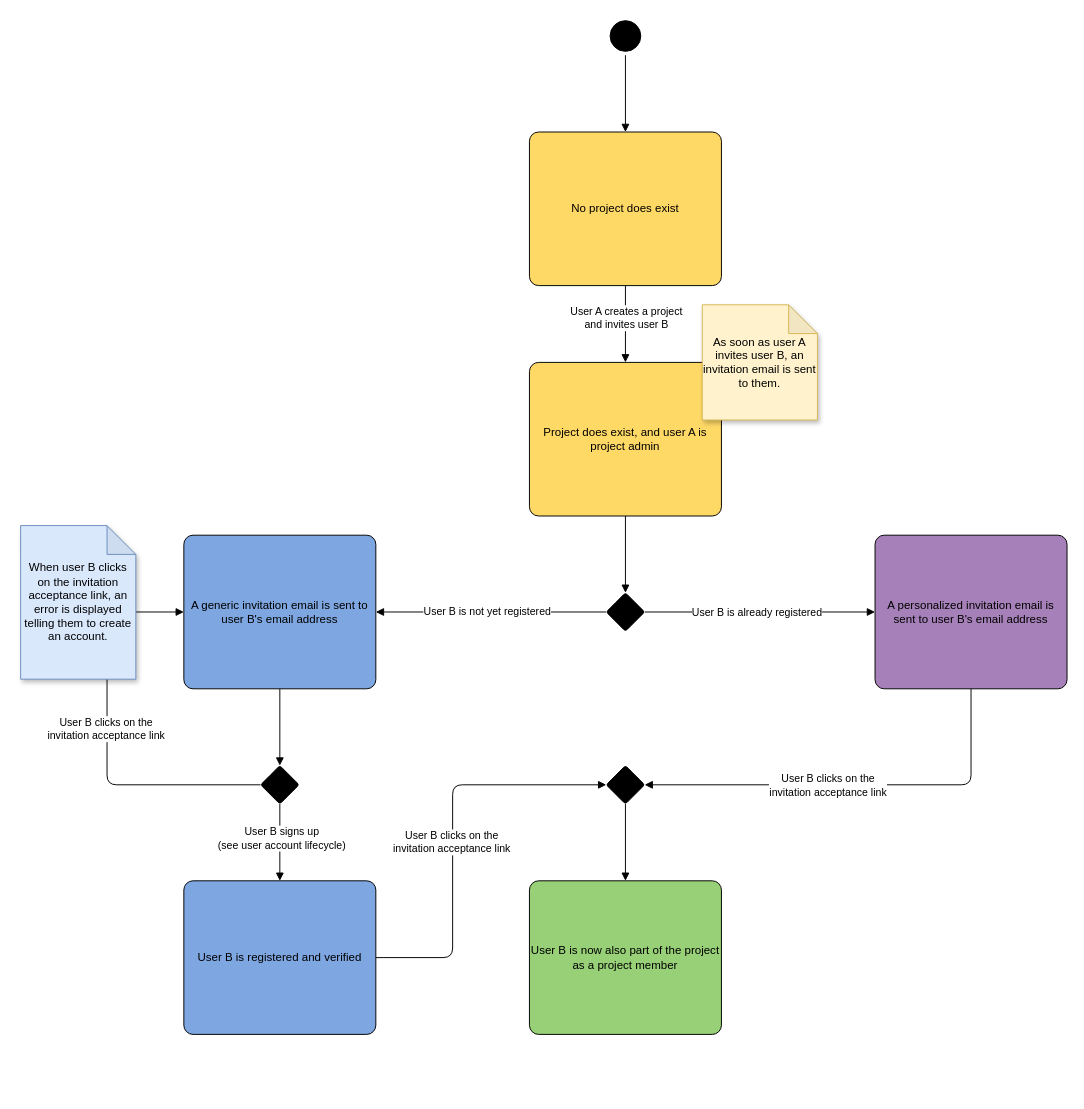
Earlier version of the draw.io diagram page "Project Invitation Process" (5 of 5) of SnowballR Diagrams.drawio (SE-UUlm/snowballr). Source tidied: cells renumbered, new cells numbered last; positions are measured from the earlier drawing's top-left corner, leaving out a move shared by most shapes. Both pictures are drawn from the tidied source at 96%, with x=0, y=0 at pixel (20, 16).
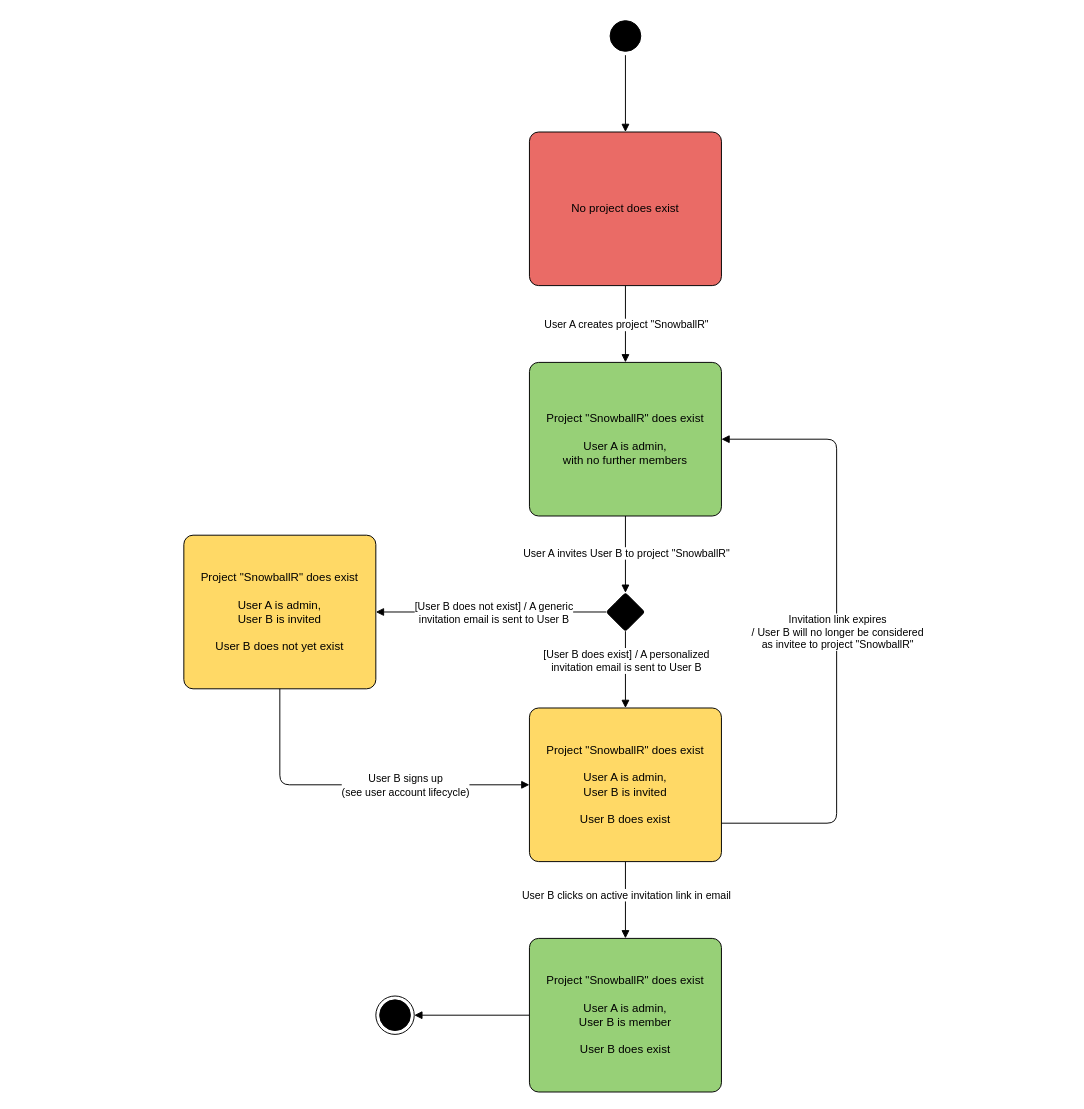
Above is the later version.

Commit message (it also covers changes not shown here):
feat: update project invitation process diagram

Change to the diagram source:
```diff
@@
-    <mxCell id="2" style="edgeStyle=orthogonalEdgeStyle;rounded=1;jettySize=auto;html=1;exitX=0.5;exitY=1;exitDx=0;exitDy=0;entryX=0.5;entryY=0;entryDx=0;entryDy=0;curved=0;endArrow=block;endFill=1;" parent="1" edge="1" source="4" target="14">
-      <mxGeometry relative="1" as="geometry" />
-    </mxCell>
-    <mxCell id="3" value="User A creates a project&lt;div&gt;and invites user B&lt;/div&gt;" style="edgeLabel;html=1;align=center;verticalAlign=middle;" parent="2" vertex="1">
-      <mxGeometry x="-0.17" relative="1" as="geometry" />
-    </mxCell>
+    <mxCell id="32" style="edgeStyle=orthogonalEdgeStyle;rounded=1;jettySize=auto;html=1;exitX=0.5;exitY=1;exitDx=0;exitDy=0;entryX=0.5;entryY=0;entryDx=0;entryDy=0;endArrow=block;endFill=1;curved=0;" parent="1" edge="1" source="33" target="4">
+      <mxGeometry relative="1" as="geometry" />
+    </mxCell>
+    <mxCell id="33" style="ellipse;html=1;shape=startState;fillColor=#000000;strokeColor=#000000;margin=4;spacing=2;" parent="1" vertex="1">
+      <mxGeometry x="610" width="40" height="40" as="geometry" />
+    </mxCell>
+    <mxCell id="34" style="edgeStyle=orthogonalEdgeStyle;rounded=1;jettySize=auto;html=1;exitX=0.5;exitY=1;exitDx=0;exitDy=0;entryX=0.5;entryY=0;entryDx=0;entryDy=0;endArrow=block;endFill=1;curved=0;" parent="1" edge="1" source="4" target="38">
+      <mxGeometry relative="1" as="geometry" />
+    </mxCell>
+    <mxCell id="35" value="User A creates project &quot;SnowballR&quot;" style="edgeLabel;html=1;align=center;verticalAlign=middle;" parent="34" vertex="1">
+      <mxGeometry x="-0.27" y="2" relative="1" as="geometry">
+        <mxPoint x="-2" y="11" as="offset" />
+      </mxGeometry>
+    </mxCell>
-    <mxCell id="4" value="No project does exist" style="rounded=1;whiteSpace=wrap;html=1;fillColor=#FFD966;arcSize=6;" parent="1" vertex="1">
+    <mxCell id="4" value="No project does exist" style="rounded=1;whiteSpace=wrap;html=1;fillColor=#EA6B66;arcSize=6;" parent="1" vertex="1">
       <mxGeometry x="530" y="120" width="200" height="160" as="geometry" />
     </mxCell>
-    <mxCell id="5" style="edgeStyle=orthogonalEdgeStyle;rounded=1;jettySize=auto;html=1;exitX=0.5;exitY=1;exitDx=0;exitDy=0;entryX=0.5;entryY=0;entryDx=0;entryDy=0;curved=0;endArrow=block;endFill=1;" parent="1" edge="1" source="6" target="4">
-      <mxGeometry relative="1" as="geometry" />
-    </mxCell>
-    <mxCell id="6" style="ellipse;html=1;shape=startState;fillColor=#000000;strokeColor=#000000;margin=4;spacing=2;" parent="1" vertex="1">
-      <mxGeometry x="610" width="40" height="40" as="geometry" />
-    </mxCell>
-    <mxCell id="7" style="edgeStyle=orthogonalEdgeStyle;rounded=1;jettySize=auto;html=1;exitX=0;exitY=0.5;exitDx=0;exitDy=0;entryX=1;entryY=0.5;entryDx=0;entryDy=0;curved=0;endArrow=block;endFill=1;" parent="1" edge="1" source="11" target="17">
-      <mxGeometry relative="1" as="geometry" />
-    </mxCell>
-    <mxCell id="8" value="User B is not yet registered" style="edgeLabel;html=1;align=center;verticalAlign=middle;" parent="7" vertex="1">
-      <mxGeometry x="0.04" relative="1" as="geometry">
-        <mxPoint y="-1" as="offset" />
-      </mxGeometry>
-    </mxCell>
-    <mxCell id="9" style="edgeStyle=orthogonalEdgeStyle;rounded=1;jettySize=auto;html=1;exitX=1;exitY=0.5;exitDx=0;exitDy=0;entryX=0;entryY=0.5;entryDx=0;entryDy=0;curved=0;endArrow=block;endFill=1;" parent="1" edge="1" source="11" target="20">
-      <mxGeometry relative="1" as="geometry" />
-    </mxCell>
-    <mxCell id="10" value="User B is already registered" style="edgeLabel;html=1;align=center;verticalAlign=middle;" parent="9" vertex="1">
-      <mxGeometry x="-0.03" y="-1" relative="1" as="geometry">
-        <mxPoint y="-1" as="offset" />
-      </mxGeometry>
-    </mxCell>
-    <mxCell id="11" style="rhombus;whiteSpace=wrap;html=1;fillColor=#000000;rounded=1;arcSize=5;" parent="1" vertex="1">
-      <mxGeometry x="610" y="600" width="40" height="40" as="geometry" />
-    </mxCell>
-    <mxCell id="12" value="User B is now also part of the project as a project member" style="rounded=1;whiteSpace=wrap;html=1;fillColor=#97D077;arcSize=6;" parent="1" vertex="1">
-      <mxGeometry x="530" y="900" width="200" height="160" as="geometry" />
-    </mxCell>
-    <mxCell id="13" style="edgeStyle=orthogonalEdgeStyle;rounded=1;jettySize=auto;html=1;exitX=0.5;exitY=1;exitDx=0;exitDy=0;entryX=0.5;entryY=0;entryDx=0;entryDy=0;curved=0;endArrow=block;endFill=1;" parent="1" edge="1" source="14" target="11">
-      <mxGeometry relative="1" as="geometry" />
-    </mxCell>
-    <mxCell id="14" value="Project does exist, and user A is project admin" style="rounded=1;whiteSpace=wrap;html=1;fillColor=#FFD966;arcSize=6;" parent="1" vertex="1">
-      <mxGeometry x="530" y="360" width="200" height="160" as="geometry" />
-    </mxCell>
-    <mxCell id="15" value="As soon as user A invites user B, an invitation email is sent to them." style="shape=note;whiteSpace=wrap;html=1;backgroundOutline=1;darkOpacity=0.05;fillColor=#fff2cc;strokeColor=#d6b656;shadow=1;align=center;verticalAlign=middle;textShadow=0;" parent="1" vertex="1">
-      <mxGeometry x="710" y="300" width="120" height="120" as="geometry" />
-    </mxCell>
-    <mxCell id="16" style="edgeStyle=orthogonalEdgeStyle;rounded=1;jettySize=auto;html=1;exitX=0.5;exitY=1;exitDx=0;exitDy=0;entryX=0.5;entryY=0;entryDx=0;entryDy=0;curved=0;endArrow=block;endFill=1;" parent="1" edge="1" source="17" target="25">
-      <mxGeometry relative="1" as="geometry" />
-    </mxCell>
-    <mxCell id="17" value="A generic invitation email is sent to user B's email address" style="rounded=1;whiteSpace=wrap;html=1;fillColor=#7EA6E0;arcSize=6;" parent="1" vertex="1">
-      <mxGeometry x="170" y="540" width="200" height="160" as="geometry" />
-    </mxCell>
-    <mxCell id="18" style="edgeStyle=orthogonalEdgeStyle;rounded=1;jettySize=auto;html=1;exitX=0.5;exitY=1;exitDx=0;exitDy=0;entryX=1;entryY=0.5;entryDx=0;entryDy=0;curved=0;endArrow=block;endFill=1;" parent="1" edge="1" source="20" target="31">
-      <mxGeometry relative="1" as="geometry" />
-    </mxCell>
-    <mxCell id="19" value="User B clicks on the&lt;div&gt;invitation acceptance link&lt;/div&gt;" style="edgeLabel;html=1;align=center;verticalAlign=middle;" parent="18" vertex="1">
-      <mxGeometry x="0.21" y="-1" relative="1" as="geometry">
-        <mxPoint x="16" y="1" as="offset" />
-      </mxGeometry>
-    </mxCell>
-    <mxCell id="20" value="A personalized invitation email is sent to user B's email address" style="rounded=1;whiteSpace=wrap;html=1;fillColor=#A680B8;arcSize=6;" parent="1" vertex="1">
-      <mxGeometry x="890" y="540" width="200" height="160" as="geometry" />
-    </mxCell>
-    <mxCell id="21" style="edgeStyle=orthogonalEdgeStyle;rounded=1;jettySize=auto;html=1;exitX=0;exitY=0.5;exitDx=0;exitDy=0;entryX=0;entryY=0.5;entryDx=0;entryDy=0;curved=0;endArrow=block;endFill=1;" parent="1" edge="1" source="25" target="17">
-      <mxGeometry relative="1" as="geometry">
-        <Array as="points">
-          <mxPoint x="90" y="800" />
-          <mxPoint x="90" y="620" />
-        </Array>
-      </mxGeometry>
-    </mxCell>
-    <mxCell id="22" value="User B clicks on the&lt;div&gt;invitation acceptance link&lt;/div&gt;" style="edgeLabel;html=1;align=center;verticalAlign=middle;" parent="21" vertex="1">
-      <mxGeometry x="0.14" y="2" relative="1" as="geometry">
-        <mxPoint y="20" as="offset" />
-      </mxGeometry>
-    </mxCell>
-    <mxCell id="23" style="edgeStyle=orthogonalEdgeStyle;rounded=1;jettySize=auto;html=1;exitX=0.5;exitY=1;exitDx=0;exitDy=0;entryX=0.5;entryY=0;entryDx=0;entryDy=0;curved=0;endArrow=block;endFill=1;" parent="1" edge="1" source="25" target="29">
-      <mxGeometry relative="1" as="geometry" />
-    </mxCell>
+    <mxCell id="36" style="edgeStyle=orthogonalEdgeStyle;rounded=1;jettySize=auto;html=1;exitX=0.5;exitY=1;exitDx=0;exitDy=0;entryX=0.5;entryY=0;entryDx=0;entryDy=0;endArrow=block;endFill=1;curved=0;" parent="1" edge="1" source="38" target="43">
+      <mxGeometry relative="1" as="geometry" />
+    </mxCell>
+    <mxCell id="37" value="User A invites User B to project &quot;SnowballR&quot;" style="edgeLabel;html=1;align=center;verticalAlign=middle;" parent="36" vertex="1">
+      <mxGeometry x="-0.04" relative="1" as="geometry" />
+    </mxCell>
+    <mxCell id="38" value="Project &quot;SnowballR&quot; does exist&lt;div&gt;&lt;br&gt;&lt;/div&gt;&lt;div&gt;User A is admin,&lt;/div&gt;&lt;div&gt;with no further members&lt;/div&gt;" style="rounded=1;whiteSpace=wrap;html=1;fillColor=#97D077;arcSize=6;" parent="1" vertex="1">
+      <mxGeometry x="530" y="360" width="200" height="160" as="geometry" />
+    </mxCell>
+    <mxCell id="39" style="edgeStyle=orthogonalEdgeStyle;rounded=1;jettySize=auto;html=1;exitX=0.5;exitY=1;exitDx=0;exitDy=0;entryX=0.5;entryY=0;entryDx=0;entryDy=0;endArrow=block;endFill=1;curved=0;" parent="1" edge="1" source="43" target="47">
+      <mxGeometry relative="1" as="geometry" />
+    </mxCell>
+    <mxCell id="40" value="[User B does exist]&amp;nbsp;&lt;span style=&quot;background-color: light-dark(#ffffff, var(--ge-dark-color, #121212)); color: light-dark(rgb(0, 0, 0), rgb(255, 255, 255));&quot;&gt;/ A personalized&lt;/span&gt;&lt;div&gt;&lt;span style=&quot;background-color: light-dark(#ffffff, var(--ge-dark-color, #121212)); color: light-dark(rgb(0, 0, 0), rgb(255, 255, 255));&quot;&gt;invitation email&amp;nbsp;&lt;/span&gt;&lt;span style=&quot;color: light-dark(rgb(0, 0, 0), rgb(255, 255, 255)); background-color: light-dark(#ffffff, var(--ge-dark-color, #121212));&quot;&gt;is sent to User B&lt;/span&gt;&lt;/div&gt;" style="edgeLabel;html=1;align=center;verticalAlign=middle;" parent="39" vertex="1">
+      <mxGeometry x="-0.41" relative="1" as="geometry">
+        <mxPoint y="6" as="offset" />
+      </mxGeometry>
+    </mxCell>
+    <mxCell id="41" style="edgeStyle=orthogonalEdgeStyle;rounded=1;jettySize=auto;html=1;exitX=0;exitY=0.5;exitDx=0;exitDy=0;entryX=1;entryY=0.5;entryDx=0;entryDy=0;endArrow=block;endFill=1;curved=0;" parent="1" edge="1" source="43" target="44">
+      <mxGeometry relative="1" as="geometry" />
+    </mxCell>
+    <mxCell id="42" value="[User B does not exist]&amp;nbsp;&lt;span style=&quot;color: light-dark(rgb(0, 0, 0), rgb(255, 255, 255)); background-color: light-dark(#ffffff, var(--ge-dark-color, #121212));&quot;&gt;/ A generic&lt;/span&gt;&lt;div&gt;&lt;div&gt;&lt;span style=&quot;color: light-dark(rgb(0, 0, 0), rgb(255, 255, 255));&quot;&gt;invitation email&amp;nbsp;&lt;/span&gt;&lt;span style=&quot;color: light-dark(rgb(0, 0, 0), rgb(255, 255, 255));&quot;&gt;is sent to User B&lt;/span&gt;&lt;/div&gt;&lt;/div&gt;" style="edgeLabel;html=1;align=center;verticalAlign=middle;" parent="41" vertex="1">
+      <mxGeometry x="-0.02" relative="1" as="geometry" />
+    </mxCell>
+    <mxCell id="43" style="rhombus;whiteSpace=wrap;html=1;fillColor=#000000;rounded=1;arcSize=5;" parent="1" vertex="1">
+      <mxGeometry x="610" y="600" width="40" height="40" as="geometry" />
+    </mxCell>
+    <mxCell id="44" value="Project &quot;SnowballR&quot; does exist&lt;div&gt;&lt;br&gt;&lt;/div&gt;&lt;div&gt;User A is admin,&lt;/div&gt;&lt;div&gt;User B is invited&lt;/div&gt;&lt;div&gt;&lt;br&gt;&lt;/div&gt;&lt;div&gt;User B does not yet exist&lt;/div&gt;" style="rounded=1;whiteSpace=wrap;html=1;fillColor=#FFD966;arcSize=6;" parent="1" vertex="1">
+      <mxGeometry x="170" y="540" width="200" height="160" as="geometry" />
+    </mxCell>
+    <mxCell id="45" style="edgeStyle=orthogonalEdgeStyle;rounded=1;jettySize=auto;html=1;exitX=0.5;exitY=1;exitDx=0;exitDy=0;entryX=0.5;entryY=0;entryDx=0;entryDy=0;endArrow=block;endFill=1;curved=0;" parent="1" edge="1" source="47" target="50">
+      <mxGeometry relative="1" as="geometry" />
+    </mxCell>
+    <mxCell id="46" value="User B clicks on active invitation link in email" style="edgeLabel;html=1;align=center;verticalAlign=middle;" parent="45" vertex="1">
+      <mxGeometry x="-0.15" relative="1" as="geometry" />
+    </mxCell>
+    <mxCell id="47" value="Project &quot;SnowballR&quot; does exist&lt;div&gt;&lt;br&gt;&lt;/div&gt;&lt;div&gt;User A is admin,&lt;/div&gt;&lt;div&gt;User B is invited&lt;/div&gt;&lt;div&gt;&lt;br&gt;&lt;/div&gt;&lt;div&gt;User B does exist&lt;/div&gt;" style="rounded=1;whiteSpace=wrap;html=1;fillColor=#FFD966;arcSize=6;" parent="1" vertex="1">
+      <mxGeometry x="530" y="720" width="200" height="160" as="geometry" />
+    </mxCell>
+    <mxCell id="48" style="edgeStyle=orthogonalEdgeStyle;rounded=1;jettySize=auto;html=1;exitX=0.5;exitY=1;exitDx=0;exitDy=0;entryX=0;entryY=0.5;entryDx=0;entryDy=0;endArrow=block;endFill=1;curved=0;" parent="1" edge="1" source="44" target="47">
+      <mxGeometry relative="1" as="geometry" />
+    </mxCell>
-    <mxCell id="24" value="User B signs up&lt;div&gt;(see user account lifecycle)&lt;/div&gt;" style="edgeLabel;html=1;align=center;verticalAlign=middle;" parent="23" vertex="1">
-      <mxGeometry x="-0.13" y="1" relative="1" as="geometry" />
+    <mxCell id="24" value="User B signs up&lt;div&gt;(see user account lifecycle)&lt;/div&gt;" style="edgeLabel;html=1;align=center;verticalAlign=middle;" parent="48" vertex="1">
+      <mxGeometry x="-0.02" relative="1" as="geometry">
+        <mxPoint x="54" as="offset" />
+      </mxGeometry>
     </mxCell>
-    <mxCell id="25" style="rhombus;whiteSpace=wrap;html=1;fillColor=#000000;rounded=1;arcSize=5;" parent="1" vertex="1">
-      <mxGeometry x="250" y="780" width="40" height="40" as="geometry" />
-    </mxCell>
-    <mxCell id="26" value="When user B clicks on the invitation acceptance link, an error is displayed telling them to create an account." style="shape=note;whiteSpace=wrap;html=1;backgroundOutline=1;darkOpacity=0.05;fillColor=#dae8fc;strokeColor=#6c8ebf;shadow=1;align=center;verticalAlign=middle;textShadow=0;" parent="1" vertex="1">
-      <mxGeometry y="530" width="120" height="160" as="geometry" />
-    </mxCell>
-    <mxCell id="27" style="edgeStyle=orthogonalEdgeStyle;rounded=1;jettySize=auto;html=1;exitX=1;exitY=0.5;exitDx=0;exitDy=0;entryX=0;entryY=0.5;entryDx=0;entryDy=0;curved=0;endArrow=block;endFill=1;" parent="1" edge="1" source="29" target="31">
-      <mxGeometry relative="1" as="geometry">
-        <Array as="points">
-          <mxPoint x="450" y="980" />
-          <mxPoint x="450" y="800" />
-        </Array>
-      </mxGeometry>
-    </mxCell>
-    <mxCell id="28" value="User B clicks on the&lt;div&gt;invitation acceptance link&lt;/div&gt;" style="edgeLabel;html=1;align=center;verticalAlign=middle;" parent="27" vertex="1">
-      <mxGeometry x="-0.14" y="2" relative="1" as="geometry">
-        <mxPoint y="-20" as="offset" />
-      </mxGeometry>
-    </mxCell>
-    <mxCell id="29" value="User B is registered and verified" style="rounded=1;whiteSpace=wrap;html=1;fillColor=#7EA6E0;arcSize=6;" parent="1" vertex="1">
-      <mxGeometry x="170" y="900" width="200" height="160" as="geometry" />
-    </mxCell>
-    <mxCell id="30" style="edgeStyle=orthogonalEdgeStyle;rounded=1;jettySize=auto;html=1;exitX=0.5;exitY=1;exitDx=0;exitDy=0;entryX=0.5;entryY=0;entryDx=0;entryDy=0;curved=0;endArrow=block;endFill=1;" parent="1" edge="1" source="31" target="12">
-      <mxGeometry relative="1" as="geometry" />
-    </mxCell>
-    <mxCell id="31" style="rhombus;whiteSpace=wrap;html=1;fillColor=#000000;rounded=1;arcSize=5;" parent="1" vertex="1">
-      <mxGeometry x="610" y="780" width="40" height="40" as="geometry" />
-    </mxCell>
+    <mxCell id="49" style="edgeStyle=orthogonalEdgeStyle;rounded=1;jettySize=auto;html=1;exitX=0;exitY=0.5;exitDx=0;exitDy=0;entryX=1;entryY=0.5;entryDx=0;entryDy=0;endArrow=block;endFill=1;curved=0;" parent="1" edge="1" source="50" target="53">
+      <mxGeometry relative="1" as="geometry" />
+    </mxCell>
+    <mxCell id="50" value="Project &quot;SnowballR&quot; does exist&lt;div&gt;&lt;br&gt;&lt;/div&gt;&lt;div&gt;User A is admin,&lt;/div&gt;&lt;div&gt;User B is member&lt;/div&gt;&lt;div&gt;&lt;br&gt;&lt;/div&gt;&lt;div&gt;User B does exist&lt;/div&gt;" style="rounded=1;whiteSpace=wrap;html=1;fillColor=#97D077;arcSize=6;" parent="1" vertex="1">
+      <mxGeometry x="530" y="960" width="200" height="160" as="geometry" />
+    </mxCell>
+    <mxCell id="51" style="edgeStyle=orthogonalEdgeStyle;rounded=1;jettySize=auto;html=1;exitX=1;exitY=0.75;exitDx=0;exitDy=0;entryX=1;entryY=0.5;entryDx=0;entryDy=0;endArrow=block;endFill=1;curved=0;" parent="1" edge="1" source="47" target="38">
+      <mxGeometry relative="1" as="geometry">
+        <Array as="points">
+          <mxPoint x="850" y="840" />
+          <mxPoint x="850" y="440" />
+        </Array>
+      </mxGeometry>
+    </mxCell>
+    <mxCell id="52" value="Invitation link expires&lt;div&gt;/ User B&amp;nbsp;&lt;span style=&quot;background-color: light-dark(#ffffff, var(--ge-dark-color, #121212)); color: light-dark(rgb(0, 0, 0), rgb(255, 255, 255));&quot;&gt;will no&amp;nbsp;&lt;/span&gt;&lt;span style=&quot;background-color: light-dark(#ffffff, var(--ge-dark-color, #121212)); color: light-dark(rgb(0, 0, 0), rgb(255, 255, 255));&quot;&gt;longer&amp;nbsp;&lt;/span&gt;&lt;span style=&quot;background-color: light-dark(#ffffff, var(--ge-dark-color, #121212)); color: light-dark(rgb(0, 0, 0), rgb(255, 255, 255));&quot;&gt;be&amp;nbsp;&lt;/span&gt;&lt;span style=&quot;background-color: light-dark(#ffffff, var(--ge-dark-color, #121212)); color: light-dark(rgb(0, 0, 0), rgb(255, 255, 255));&quot;&gt;considered&lt;/span&gt;&lt;/div&gt;&lt;div&gt;&lt;span style=&quot;background-color: light-dark(#ffffff, var(--ge-dark-color, #121212)); color: light-dark(rgb(0, 0, 0), rgb(255, 255, 255));&quot;&gt;as invitee to project &quot;SnowballR&quot;&lt;/span&gt;&lt;/div&gt;" style="edgeLabel;html=1;align=center;verticalAlign=middle;" parent="51" vertex="1">
+      <mxGeometry relative="1" as="geometry" />
+    </mxCell>
+    <mxCell id="53" style="ellipse;html=1;shape=endState;fillColor=#000000;strokeColor=#000000;" parent="1" vertex="1">
+      <mxGeometry x="370" y="1020" width="40" height="40" as="geometry" />
+    </mxCell>
```
